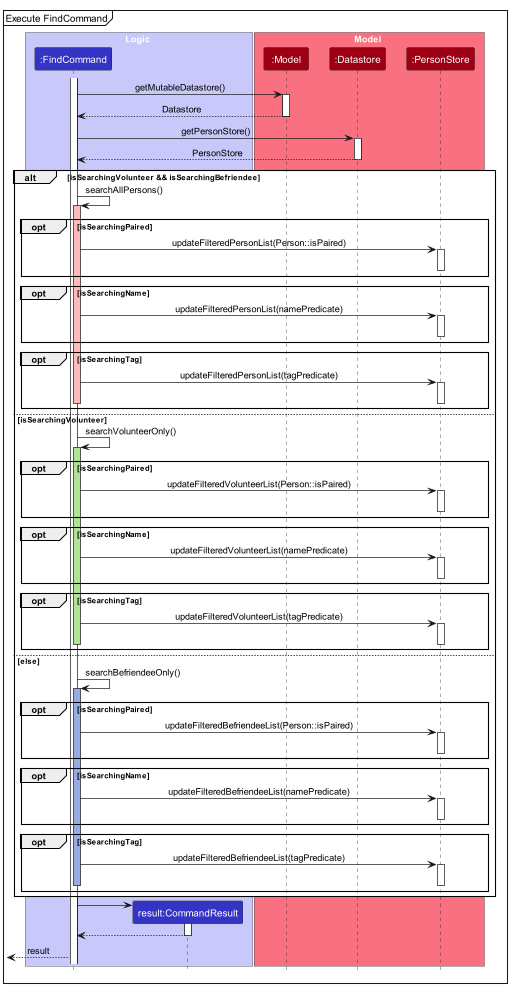
Earlier version of the PlantUML export docs/images/FindSequenceDiagram2.png (soons1/tp). Source of this version:
```plantuml
@startuml
!include style.puml
skinparam ArrowFontStyle plain

mainframe Execute FindCommand

box Logic LOGIC_COLOR_T1
participant ":FindCommand" as FindCommand LOGIC_COLOR
participant "result:CommandResult" as CommandResult LOGIC_COLOR
end box

box Model MODEL_COLOR_T1
participant ":Model" as Model MODEL_COLOR
participant ":Datastore" as Datastore MODEL_COLOR
participant ":PersonStore" as PersonStore MODEL_COLOR
end box

activate FindCommand

FindCommand -> Model : getMutableDatastore()
activate Model
Model --> FindCommand : Datastore
deactivate Model

FindCommand -> Datastore : getPersonStore()
activate Datastore
Datastore --> FindCommand : PersonStore
deactivate Datastore


alt isSearchingVolunteer && isSearchingBefriendee
    FindCommand -> FindCommand : searchAllPersons()
    activate FindCommand #FFBBBB
    opt isSearchingPaired
        FindCommand -> PersonStore : updateFilteredPersonList(Person::isPaired)
        activate PersonStore
        deactivate PersonStore
    end
    opt isSearchingName
        FindCommand -> PersonStore : updateFilteredPersonList(namePredicate)
        activate PersonStore
        deactivate PersonStore

    end
    opt isSearchingTag
        FindCommand -> PersonStore : updateFilteredPersonList(tagPredicate)
        activate PersonStore
        deactivate PersonStore
        deactivate FindCommand
    end

else isSearchingVolunteer
    FindCommand -> FindCommand : searchVolunteerOnly()
    activate FindCommand #b0e396
    opt isSearchingPaired
        FindCommand -> PersonStore : updateFilteredVolunteerList(Person::isPaired)
        activate PersonStore
        deactivate PersonStore
    end
    opt isSearchingName
        FindCommand -> PersonStore : updateFilteredVolunteerList(namePredicate)
        activate PersonStore
        deactivate PersonStore
    end
    opt isSearchingTag
        FindCommand -> PersonStore : updateFilteredVolunteerList(tagPredicate)
        activate PersonStore
        deactivate PersonStore
        deactivate FindCommand
    end

else else

    FindCommand -> FindCommand : searchBefriendeeOnly()
    activate FindCommand #96ace3

    opt isSearchingPaired
        FindCommand -> PersonStore : updateFilteredBefriendeeList(Person::isPaired)
        activate PersonStore
        deactivate PersonStore
    end
    opt isSearchingName
        FindCommand -> PersonStore : updateFilteredBefriendeeList(namePredicate)
        activate PersonStore
        deactivate PersonStore
    end
    opt isSearchingTag
        FindCommand -> PersonStore : updateFilteredBefriendeeList(tagPredicate)
        activate PersonStore
        deactivate PersonStore
        deactivate FindCommand
    end

end

create CommandResult
FindCommand -> CommandResult
activate CommandResult
CommandResult --> FindCommand
deactivate CommandResult

<-- FindCommand : result

@enduml
```
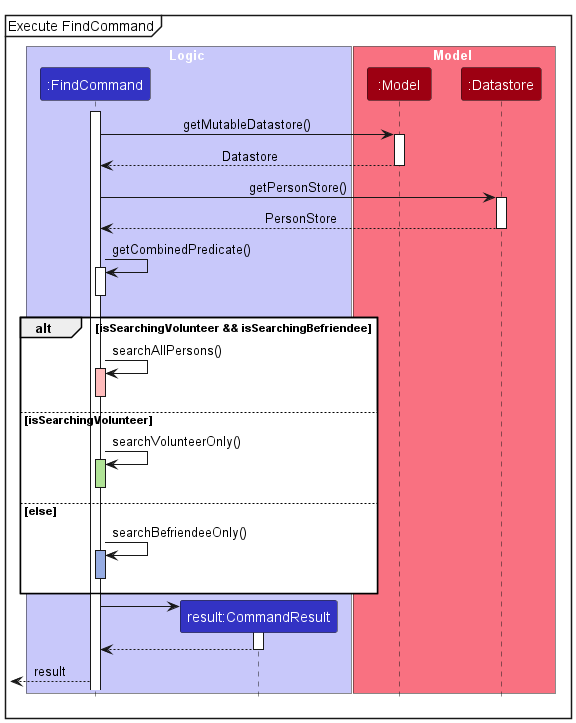
After the commit.

Commit message:
Update Developer Guide

Update Find Command Sequence Diagram png

What changed in the source:
```diff
@@ -12,7 +12,6 @@
 box Model MODEL_COLOR_T1
 participant ":Model" as Model MODEL_COLOR
 participant ":Datastore" as Datastore MODEL_COLOR
-participant ":PersonStore" as PersonStore MODEL_COLOR
 end box
 
 activate FindCommand
@@ -27,69 +26,26 @@
 Datastore --> FindCommand : PersonStore
 deactivate Datastore
 
+FindCommand -> FindCommand : getCombinedPredicate()
+activate FindCommand
+deactivate FindCommand
+
 
 alt isSearchingVolunteer && isSearchingBefriendee
     FindCommand -> FindCommand : searchAllPersons()
     activate FindCommand #FFBBBB
-    opt isSearchingPaired
-        FindCommand -> PersonStore : updateFilteredPersonList(Person::isPaired)
-        activate PersonStore
-        deactivate PersonStore
-    end
-    opt isSearchingName
-        FindCommand -> PersonStore : updateFilteredPersonList(namePredicate)
-        activate PersonStore
-        deactivate PersonStore
+    deactivate FindCommand
 
-    end
-    opt isSearchingTag
-        FindCommand -> PersonStore : updateFilteredPersonList(tagPredicate)
-        activate PersonStore
-        deactivate PersonStore
-        deactivate FindCommand
-    end
 
 else isSearchingVolunteer
     FindCommand -> FindCommand : searchVolunteerOnly()
     activate FindCommand #b0e396
-    opt isSearchingPaired
-        FindCommand -> PersonStore : updateFilteredVolunteerList(Person::isPaired)
-        activate PersonStore
-        deactivate PersonStore
-    end
-    opt isSearchingName
-        FindCommand -> PersonStore : updateFilteredVolunteerList(namePredicate)
-        activate PersonStore
-        deactivate PersonStore
-    end
-    opt isSearchingTag
-        FindCommand -> PersonStore : updateFilteredVolunteerList(tagPredicate)
-        activate PersonStore
-        deactivate PersonStore
-        deactivate FindCommand
-    end
+    deactivate FindCommand
 
 else else
-
     FindCommand -> FindCommand : searchBefriendeeOnly()
     activate FindCommand #96ace3
-
-    opt isSearchingPaired
-        FindCommand -> PersonStore : updateFilteredBefriendeeList(Person::isPaired)
-        activate PersonStore
-        deactivate PersonStore
-    end
-    opt isSearchingName
-        FindCommand -> PersonStore : updateFilteredBefriendeeList(namePredicate)
-        activate PersonStore
-        deactivate PersonStore
-    end
-    opt isSearchingTag
-        FindCommand -> PersonStore : updateFilteredBefriendeeList(tagPredicate)
-        activate PersonStore
-        deactivate PersonStore
-        deactivate FindCommand
-    end
+    deactivate FindCommand
 
 end
 
```
